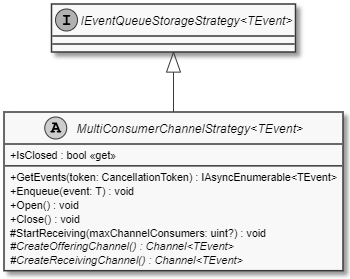
The PlantUML diagram documents/sd/resources/Classes/Common/Shared/Events/Queue/Strategy/MultiConsumer/MultiConsumerChannelStrategy.PNG in insightmind/MORR, before a commit. Its source is kept beside it as documents/sd/plantuml/application/Common/Shared/Events/Queue/Strategy/MultiConsumer/MultiConsumerChannelStrategy.puml.
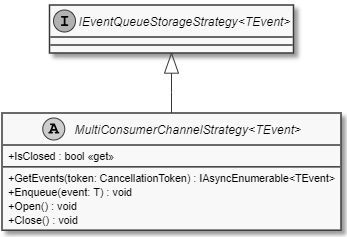
The same file after the commit.

Change to the diagram source:
```diff
@@ -9,9 +9,6 @@
     + Enqueue(event: T) : void
     + Open() : void
     + Close() : void
-    # StartReceiving(maxChannelConsumers: uint?) : void
-    # {abstract} CreateOfferingChannel() : Channel<TEvent>
-    # {abstract} CreateReceivingChannel() : Channel<TEvent>
 }
 interface "IEventQueueStorageStrategy<TEvent>"
 "IEventQueueStorageStrategy<TEvent>" <|-- "MultiConsumerChannelStrategy<TEvent>"
```
